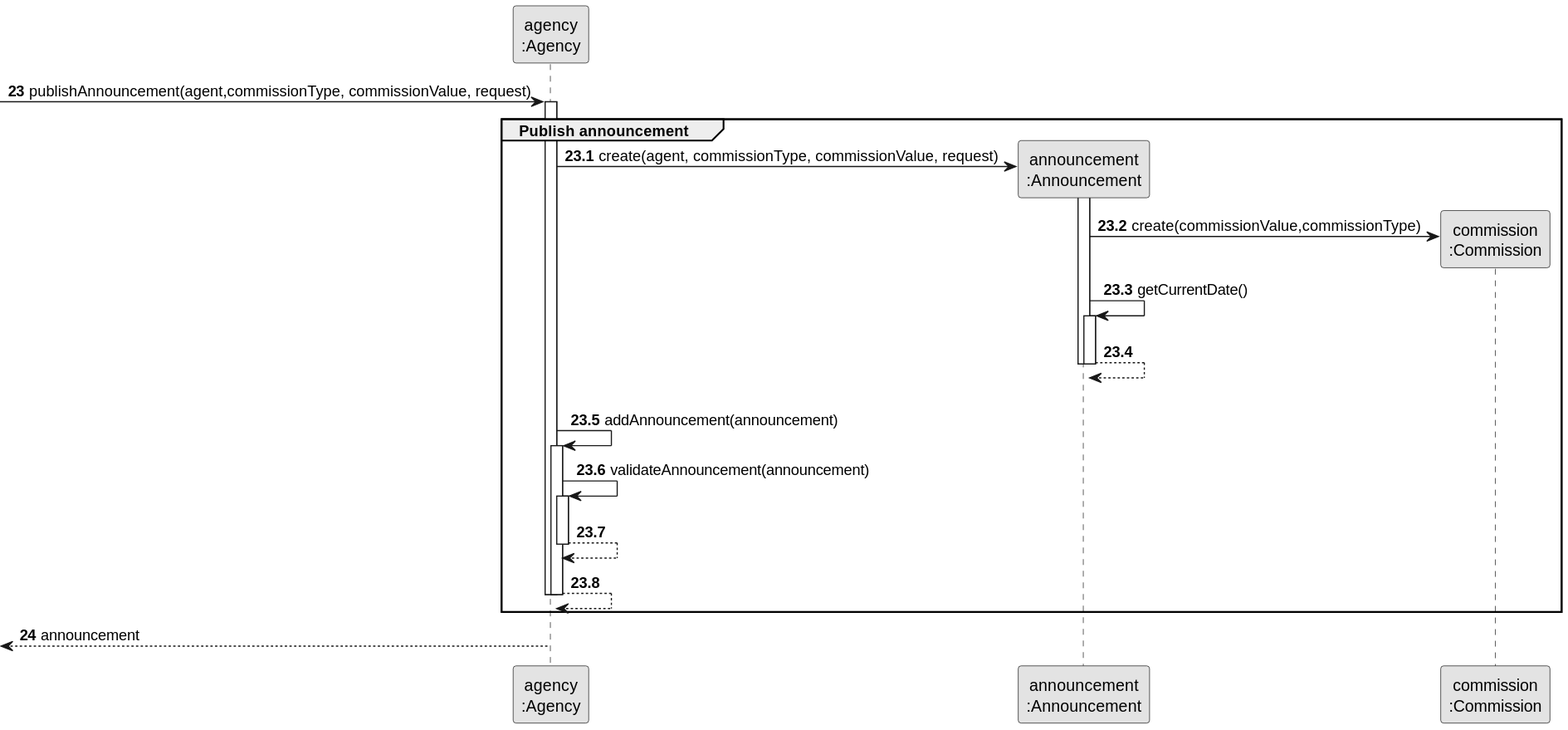
The PlantUML diagram docs/sprintB/us002/03.design/svg/us002-sequence-diagram-partial-publish-announcement.svg in rita-barbosa/LAPR2-2223, before a commit.
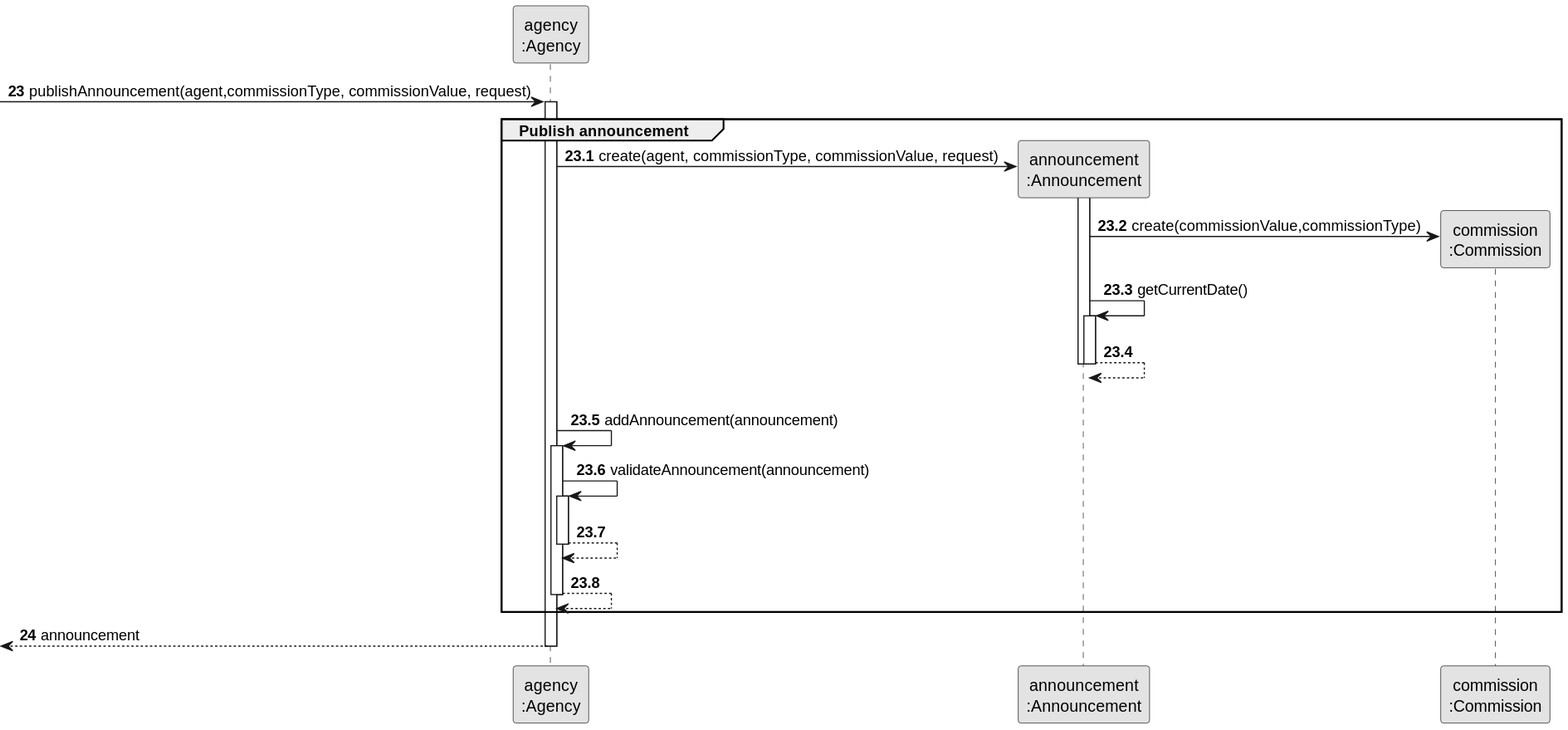
Above is the later version.

Diff of the diagram source:
```diff
@@ -39,12 +39,11 @@
 
                     AGENCY --> AGENCY
 
-                deactivate AGENCY
-
             deactivate  AGENCY
     end
 
 autonumber 24
 
     <-- AGENCY : announcement
+    deactivate AGENCY
 @enduml
```
